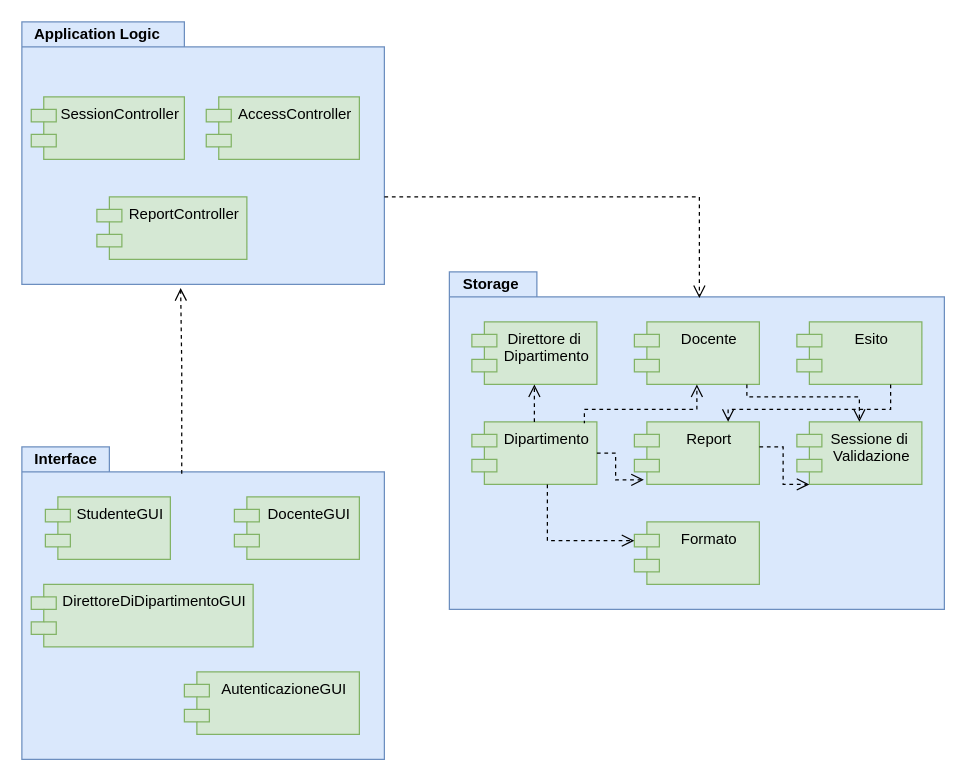
Above: Documentazione/Resources/Component Diagram/Component Diagram.drawio in Alberto-00/EasyPass (draw.io), before the change. Source tidied: cells renumbered, new cells numbered last; positions are measured from the earlier drawing's top-left corner, leaving out a move shared by most shapes. Both pictures are drawn from the tidied source at 125%, with x=0, y=0 at pixel (21, 21).
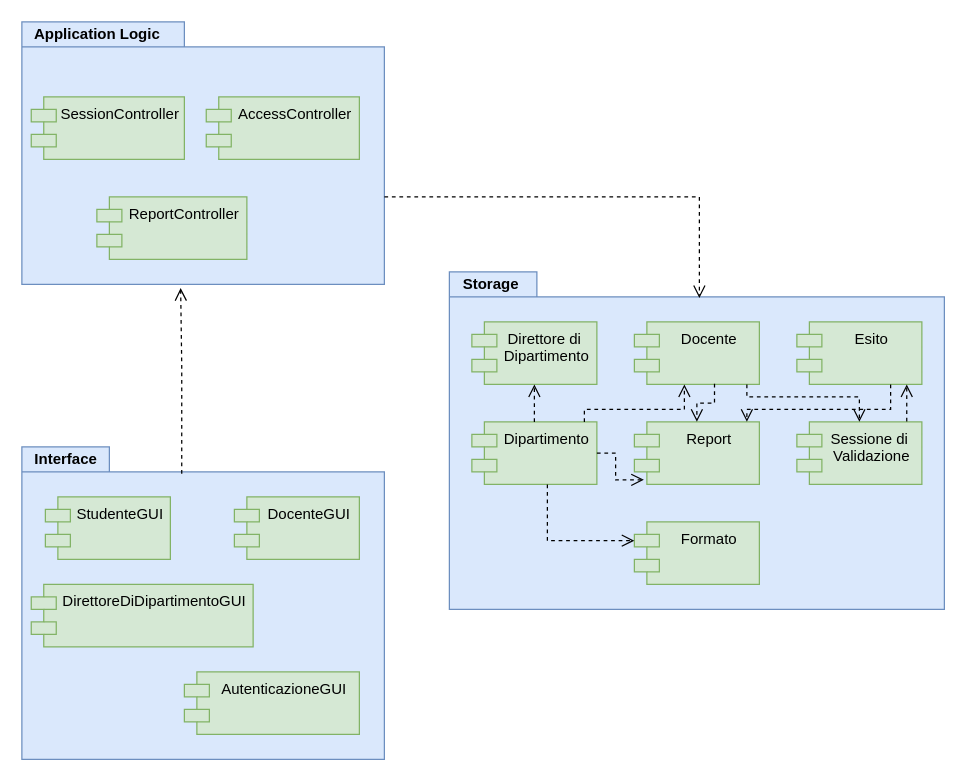
The same diagram, later.

The change refers to these unchanged cells:
```xml
<mxCell id="12" value="Docente" style="shape=module;align=left;spacingLeft=20;align=center;verticalAlign=top;fillColor=#d5e8d4;strokeColor=#82b366;" parent="1" vertex="1">
  <mxGeometry x="490" y="240" width="100" height="50" as="geometry" />
</mxCell>
<mxCell id="13" value="Esito" style="shape=module;align=left;spacingLeft=20;align=center;verticalAlign=top;fillColor=#d5e8d4;strokeColor=#82b366;" parent="1" vertex="1">
  <mxGeometry x="620" y="240" width="100" height="50" as="geometry" />
</mxCell>
<mxCell id="15" value="Sessione di &#10;Validazione" style="shape=module;align=left;spacingLeft=20;align=center;verticalAlign=top;fillColor=#d5e8d4;strokeColor=#82b366;" parent="1" vertex="1">
  <mxGeometry x="620" y="320" width="100" height="50" as="geometry" />
</mxCell>
<mxCell id="16" value="Report" style="shape=module;align=left;spacingLeft=20;align=center;verticalAlign=top;fillColor=#d5e8d4;strokeColor=#82b366;" parent="1" vertex="1">
  <mxGeometry x="490" y="320" width="100" height="50" as="geometry" />
</mxCell>
```

What changed in the source:
```diff
@@
     <mxCell id="21" style="html=1;verticalAlign=bottom;endArrow=open;dashed=1;endSize=8;rounded=0;edgeStyle=orthogonalEdgeStyle;" parent="1" edge="1" target="12">
       <mxGeometry relative="1" as="geometry">
         <mxPoint x="450" y="320" as="sourcePoint" />
         <Array as="points">
-          <mxPoint x="450" y="321" />
           <mxPoint x="450" y="310" />
-          <mxPoint x="540" y="310" />
+          <mxPoint x="530" y="310" />
         </Array>
       </mxGeometry>
     </mxCell>
@@
-    <mxCell id="23" style="html=1;verticalAlign=bottom;endArrow=open;dashed=1;endSize=8;rounded=0;edgeStyle=orthogonalEdgeStyle;" parent="1" edge="1" source="16">
-      <mxGeometry relative="1" as="geometry">
-        <mxPoint x="630" y="370" as="targetPoint" />
-        <Array as="points">
-          <mxPoint x="609" y="340" />
-          <mxPoint x="609" y="370" />
-        </Array>
-      </mxGeometry>
-    </mxCell>
-    <mxCell id="24" style="html=1;verticalAlign=bottom;endArrow=open;dashed=1;endSize=8;rounded=0;edgeStyle=orthogonalEdgeStyle;exitX=0.75;exitY=1;exitDx=0;exitDy=0;entryX=0.75;entryY=0;entryDx=0;entryDy=0;" parent="1" edge="1" source="13" target="16">
+    <mxCell id="24" style="html=1;verticalAlign=bottom;endArrow=open;dashed=1;endSize=8;rounded=0;edgeStyle=orthogonalEdgeStyle;exitX=0.75;exitY=1;exitDx=0;exitDy=0;" parent="1" edge="1" source="13" target="16">
       <mxGeometry relative="1" as="geometry">
         <Array as="points">
           <mxPoint x="695" y="310" />
-          <mxPoint x="565" y="310" />
+          <mxPoint x="580" y="310" />
         </Array>
       </mxGeometry>
     </mxCell>
@@
+    <mxCell id="31" style="html=1;verticalAlign=bottom;endArrow=open;dashed=1;endSize=8;rounded=0;edgeStyle=orthogonalEdgeStyle;exitX=0.641;exitY=0.989;exitDx=0;exitDy=0;exitPerimeter=0;" parent="1" edge="1" source="12" target="16">
+      <mxGeometry relative="1" as="geometry" />
+    </mxCell>
+    <mxCell id="32" style="html=1;verticalAlign=bottom;endArrow=open;dashed=1;endSize=8;rounded=0;edgeStyle=orthogonalEdgeStyle;exitX=0.879;exitY=-0.006;exitDx=0;exitDy=0;exitPerimeter=0;" parent="1" edge="1" source="15" target="13">
+      <mxGeometry relative="1" as="geometry">
+        <Array as="points">
+          <mxPoint x="708" y="300" />
+          <mxPoint x="708" y="300" />
+        </Array>
+      </mxGeometry>
+    </mxCell>
```
